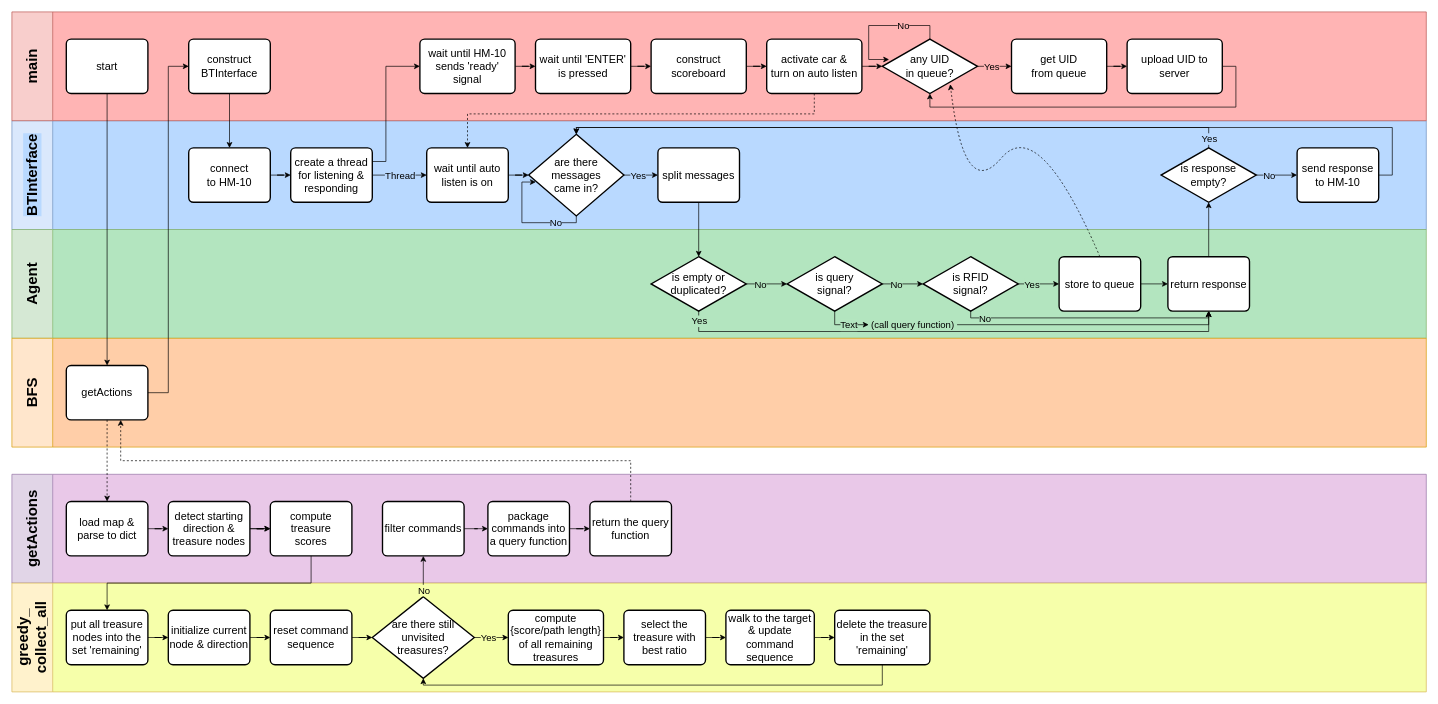
The draw.io diagram diagrams/carcar_flow_python.drawio in yeeeeeeting/CarcarCodes, before the edit. Source tidied: cells renumbered, new cells numbered last; positions are measured from the earlier drawing's top-left corner, leaving out a move shared by most shapes. Both pictures are drawn from the tidied source at 68%, with x=0, y=0 at pixel (12, 12).
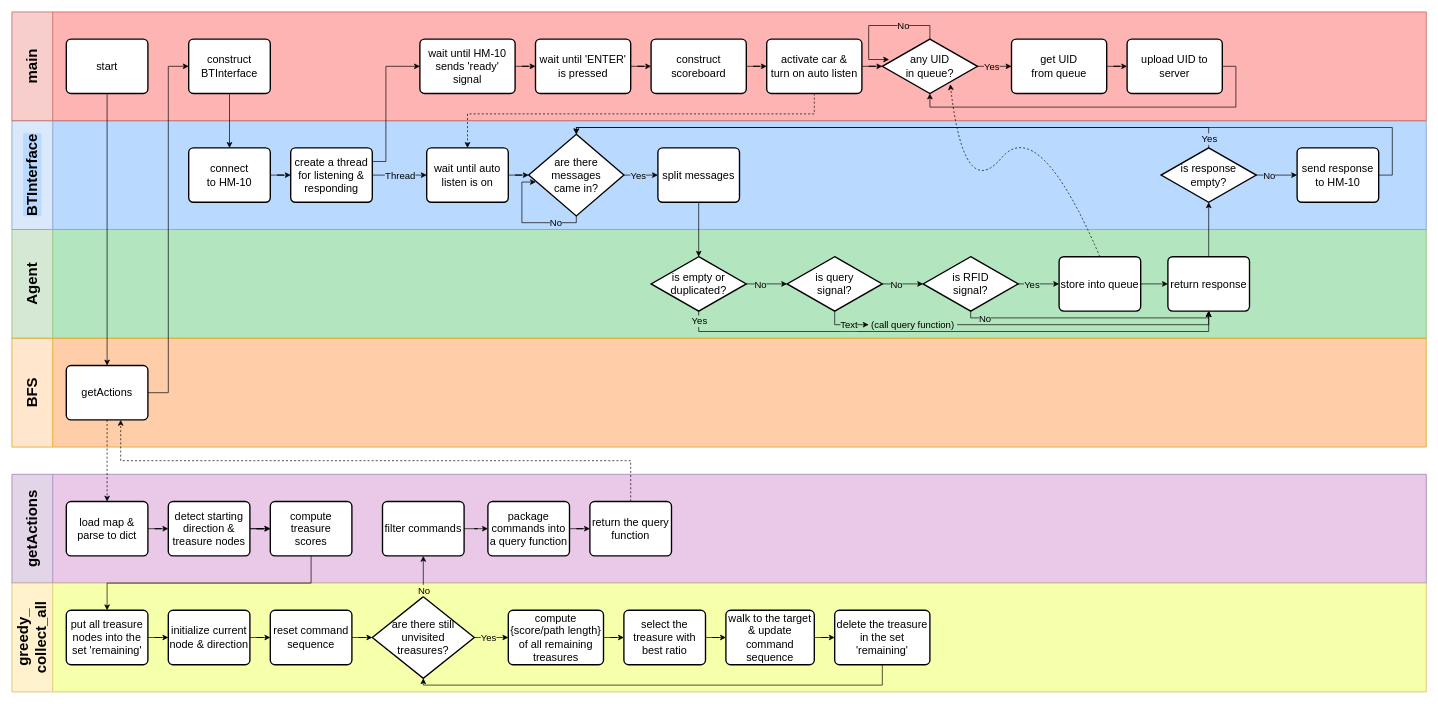
The same diagram, later.

The change refers to these unchanged cells:
```xml
<mxCell id="43" value="&lt;font style=&quot;font-size: 22px;&quot;&gt;Agent&lt;/font&gt;" style="swimlane;horizontal=0;whiteSpace=wrap;html=1;startSize=60;fillColor=#d5e8d4;strokeColor=#82b366;swimlaneFillColor=#B3E5BF;" parent="1" vertex="1">
  <mxGeometry y="320" width="2080" height="160" as="geometry" />
</mxCell>
```

Change to the diagram source:
```diff
@@
-    <mxCell id="58" value="&lt;span style=&quot;font-size: 16px;&quot;&gt;store to queue&lt;/span&gt;" style="rounded=1;whiteSpace=wrap;html=1;absoluteArcSize=1;arcSize=14;strokeWidth=2;" parent="43" vertex="1">
+    <mxCell id="58" value="&lt;span style=&quot;font-size: 16px;&quot;&gt;store into queue&lt;/span&gt;" style="rounded=1;whiteSpace=wrap;html=1;absoluteArcSize=1;arcSize=14;strokeWidth=2;" parent="43" vertex="1">
       <mxGeometry x="1540" y="40" width="120" height="80" as="geometry" />
     </mxCell>
```
